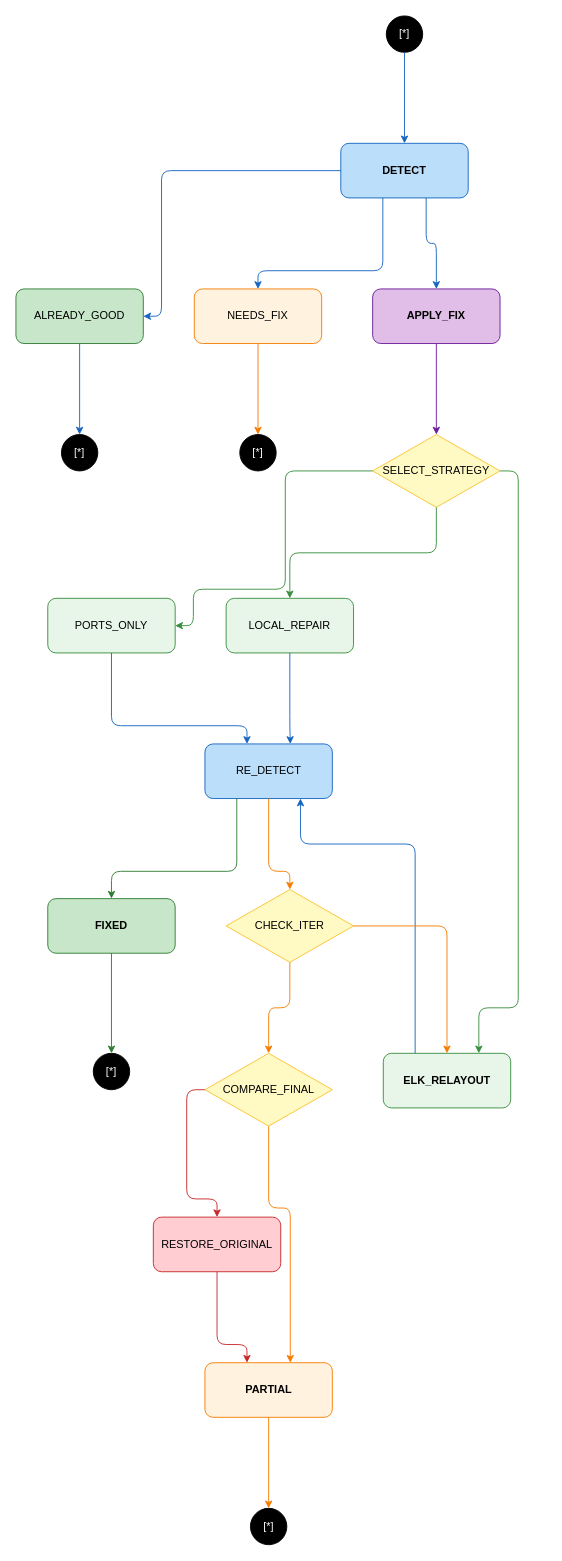
This is documents/SA4E-406/diagrams/state-layout-status.drawio from dnguyenminh/SDLC-Agents-4-Enteprise, a draw.io file, before an edit. Source tidied: cells renumbered, new cells numbered last; positions are measured from the earlier drawing's top-left corner, leaving out a move shared by most shapes. Both pictures are drawn from the tidied source at 91%, with x=0, y=0 at pixel (15, 15).
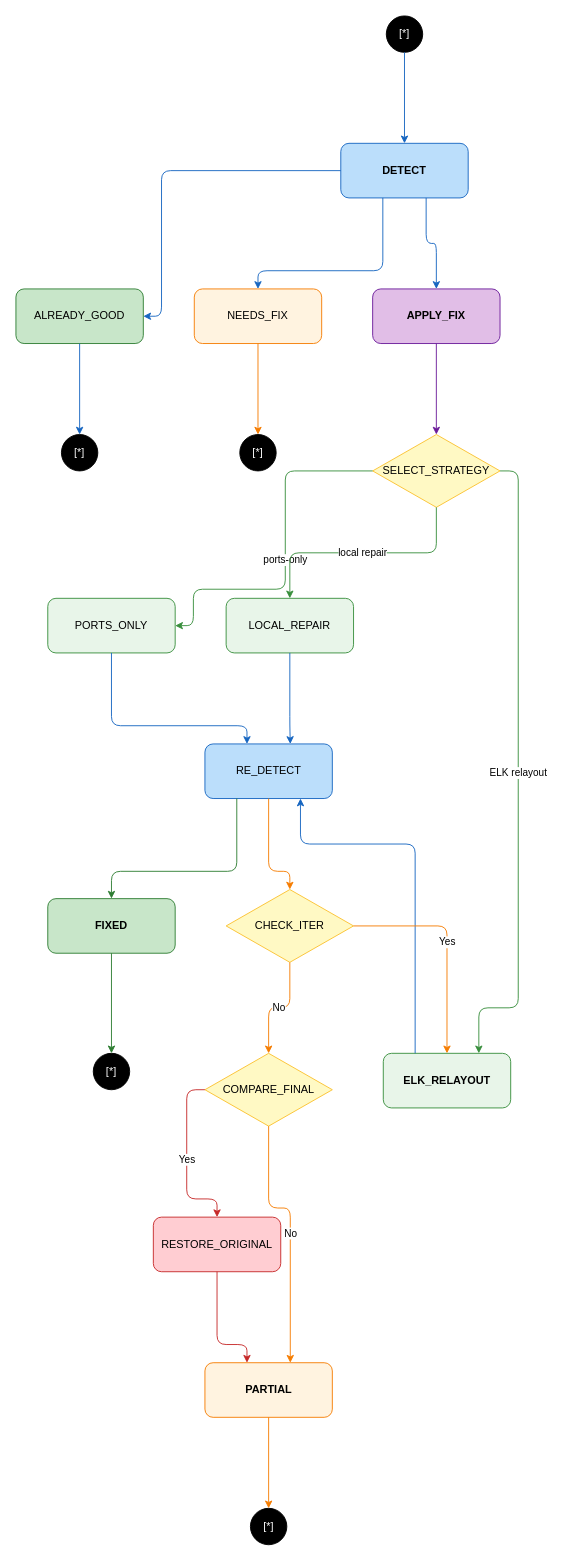
The same page after the edit.

Unchanged cells that the change refers to:
```xml
<mxCell id="7" value="SELECT_STRATEGY" style="rhombus;whiteSpace=wrap;html=1;fillColor=#FFF9C4;strokeColor=#FBC02D;fontSize=12;" parent="1" vertex="1">
  <mxGeometry x="392" y="460" width="140" height="80" as="geometry" />
</mxCell>
<mxCell id="8" value="PORTS_ONLY" style="rounded=1;whiteSpace=wrap;html=1;fillColor=#E8F5E9;strokeColor=#388E3C;fontSize=12;" parent="1" vertex="1">
  <mxGeometry x="35" y="640" width="140" height="60" as="geometry" />
</mxCell>
<mxCell id="9" value="LOCAL_REPAIR" style="rounded=1;whiteSpace=wrap;html=1;fillColor=#E8F5E9;strokeColor=#388E3C;fontSize=12;" parent="1" vertex="1">
  <mxGeometry x="231" y="640" width="140" height="60" as="geometry" />
</mxCell>
<mxCell id="10" value="ELK_RELAYOUT" style="rounded=1;whiteSpace=wrap;html=1;fillColor=#E8F5E9;strokeColor=#388E3C;fontSize=12;fontStyle=1;" parent="1" vertex="1">
  <mxGeometry x="403.7" y="1140" width="140" height="60" as="geometry" />
</mxCell>
<mxCell id="13" value="CHECK_ITER" style="rhombus;whiteSpace=wrap;html=1;fillColor=#FFF9C4;strokeColor=#FBC02D;fontSize=12;" parent="1" vertex="1">
  <mxGeometry x="231" y="960" width="140" height="80" as="geometry" />
</mxCell>
<mxCell id="14" value="COMPARE_FINAL" style="rhombus;whiteSpace=wrap;html=1;fillColor=#FFF9C4;strokeColor=#FBC02D;fontSize=12;" parent="1" vertex="1">
  <mxGeometry x="207.7" y="1140" width="140" height="80" as="geometry" />
</mxCell>
<mxCell id="15" value="RESTORE_ORIGINAL" style="rounded=1;whiteSpace=wrap;html=1;fillColor=#FFCDD2;strokeColor=#C62828;fontSize=12;" parent="1" vertex="1">
  <mxGeometry x="151" y="1320" width="140" height="60" as="geometry" />
</mxCell>
<mxCell id="16" value="PARTIAL" style="rounded=1;whiteSpace=wrap;html=1;fillColor=#FFF3E0;strokeColor=#F57C00;fontSize=12;fontStyle=1;" parent="1" vertex="1">
  <mxGeometry x="207.7" y="1480" width="140" height="60" as="geometry" />
</mxCell>
```

Change to the diagram source:
```diff
@@
-    <mxCell id="26" style="rounded=1;html=1;strokeColor=#388E3C;edgeStyle=orthogonalEdgeStyle;curved=0;exitX=0;exitY=0.5;entryX=1;entryY=0.5;" parent="1" edge="1" source="7" target="8">
+    <mxCell id="26" value="ports-only" style="rounded=1;html=1;strokeColor=#388E3C;edgeStyle=orthogonalEdgeStyle;curved=0;exitX=0;exitY=0.5;entryX=1;entryY=0.5;" parent="1" edge="1" source="7" target="8">
       <mxGeometry relative="1" as="geometry">
         <Array as="points">
           <mxPoint x="296" y="500" />
           <mxPoint x="296" y="630" />
           <mxPoint x="195" y="630" />
           <mxPoint x="195" y="670" />
         </Array>
       </mxGeometry>
     </mxCell>
-    <mxCell id="27" style="rounded=1;html=1;strokeColor=#388E3C;edgeStyle=orthogonalEdgeStyle;curved=0;exitX=0.5;exitY=1;entryX=0.5;entryY=0;" parent="1" edge="1" source="7" target="9">
+    <mxCell id="27" value="local repair" style="rounded=1;html=1;strokeColor=#388E3C;edgeStyle=orthogonalEdgeStyle;curved=0;exitX=0.5;exitY=1;entryX=0.5;entryY=0;" parent="1" edge="1" source="7" target="9">
       <mxGeometry relative="1" as="geometry">
         <Array as="points">
           <mxPoint x="462" y="590" />
           <mxPoint x="301" y="590" />
         </Array>
       </mxGeometry>
     </mxCell>
-    <mxCell id="28" style="rounded=1;html=1;strokeColor=#388E3C;edgeStyle=orthogonalEdgeStyle;curved=0;exitX=1;exitY=0.5;entryX=0.75;entryY=0;" parent="1" edge="1" source="7" target="10">
+    <mxCell id="28" value="ELK relayout" style="rounded=1;html=1;strokeColor=#388E3C;edgeStyle=orthogonalEdgeStyle;curved=0;exitX=1;exitY=0.5;entryX=0.75;entryY=0;" parent="1" edge="1" source="7" target="10">
       <mxGeometry relative="1" as="geometry">
         <Array as="points">
           <mxPoint x="552" y="500" />
           <mxPoint x="552" y="1090" />
           <mxPoint x="508.7" y="1090" />
         </Array>
       </mxGeometry>
     </mxCell>
@@
-    <mxCell id="34" style="rounded=1;html=1;strokeColor=#F57C00;edgeStyle=orthogonalEdgeStyle;curved=0;exitX=1;exitY=0.5;entryX=0.5;entryY=0;" parent="1" edge="1" source="13" target="10">
+    <mxCell id="34" value="Yes" style="rounded=1;html=1;strokeColor=#F57C00;edgeStyle=orthogonalEdgeStyle;curved=0;exitX=1;exitY=0.5;entryX=0.5;entryY=0;" parent="1" edge="1" source="13" target="10">
       <mxGeometry relative="1" as="geometry">
         <Array as="points">
           <mxPoint x="473.7" y="1000" />
         </Array>
       </mxGeometry>
     </mxCell>
-    <mxCell id="35" style="rounded=1;html=1;strokeColor=#F57C00;edgeStyle=orthogonalEdgeStyle;curved=0;exitX=0.5;exitY=1;entryX=0.5;entryY=0;" parent="1" edge="1" source="13" target="14">
+    <mxCell id="35" value="No" style="rounded=1;html=1;strokeColor=#F57C00;edgeStyle=orthogonalEdgeStyle;curved=0;exitX=0.5;exitY=1;entryX=0.5;entryY=0;" parent="1" edge="1" source="13" target="14">
       <mxGeometry relative="1" as="geometry">
         <Array as="points">
           <mxPoint x="301" y="1090" />
           <mxPoint x="277.7" y="1090" />
         </Array>
       </mxGeometry>
     </mxCell>
-    <mxCell id="36" style="rounded=1;html=1;strokeColor=#C62828;edgeStyle=orthogonalEdgeStyle;curved=0;exitX=0;exitY=0.5;entryX=0.5;entryY=0;" parent="1" edge="1" source="14" target="15">
+    <mxCell id="36" value="Yes" style="rounded=1;html=1;strokeColor=#C62828;edgeStyle=orthogonalEdgeStyle;curved=0;exitX=0;exitY=0.5;entryX=0.5;entryY=0;" parent="1" edge="1" source="14" target="15">
       <mxGeometry relative="1" as="geometry">
         <Array as="points">
           <mxPoint x="187.7" y="1180" />
           <mxPoint x="187.7" y="1300" />
           <mxPoint x="221" y="1300" />
         </Array>
       </mxGeometry>
     </mxCell>
-    <mxCell id="37" style="rounded=1;html=1;strokeColor=#F57C00;edgeStyle=orthogonalEdgeStyle;curved=0;exitX=0.5;exitY=1;entryX=0.67;entryY=0;" parent="1" edge="1" source="14" target="16">
+    <mxCell id="37" value="No" style="rounded=1;html=1;strokeColor=#F57C00;edgeStyle=orthogonalEdgeStyle;curved=0;exitX=0.5;exitY=1;entryX=0.67;entryY=0;" parent="1" edge="1" source="14" target="16">
       <mxGeometry relative="1" as="geometry">
         <Array as="points">
           <mxPoint x="277.7" y="1310" />
           <mxPoint x="301.5" y="1310" />
         </Array>
       </mxGeometry>
     </mxCell>
```
